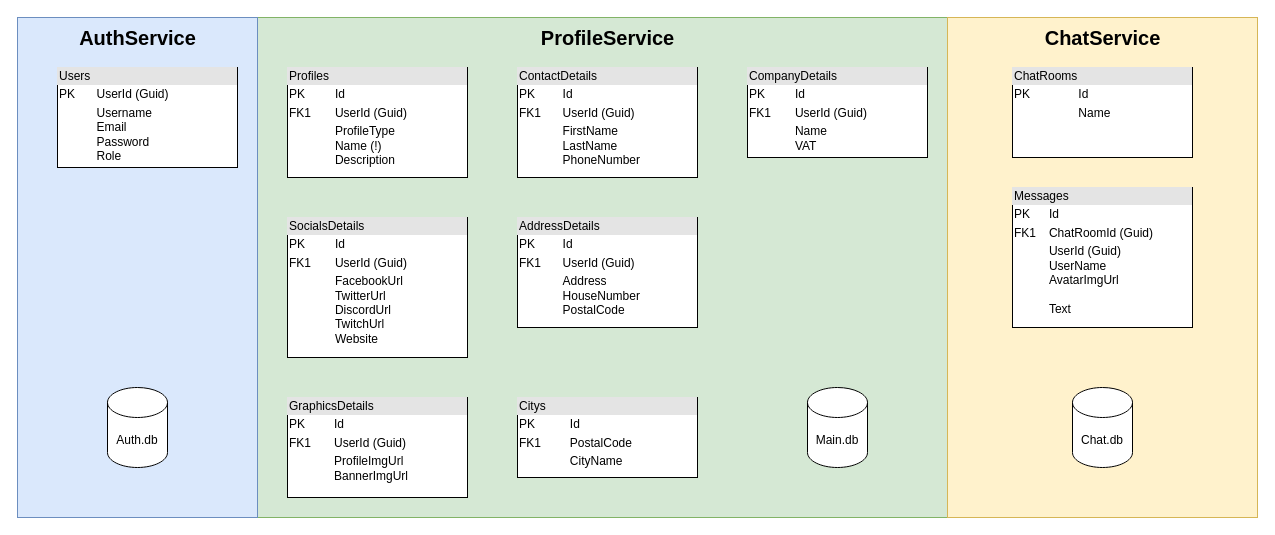
The draw.io diagram diagrams/Users2_db_schema.drawio in riv4lz/riv4lz-backend, before the edit. Source tidied: cells renumbered, new cells numbered last; positions are measured from the earlier drawing's top-left corner, leaving out a move shared by most shapes. Both pictures are drawn from the tidied source at 100%, with x=0, y=0 at pixel (17, 17).
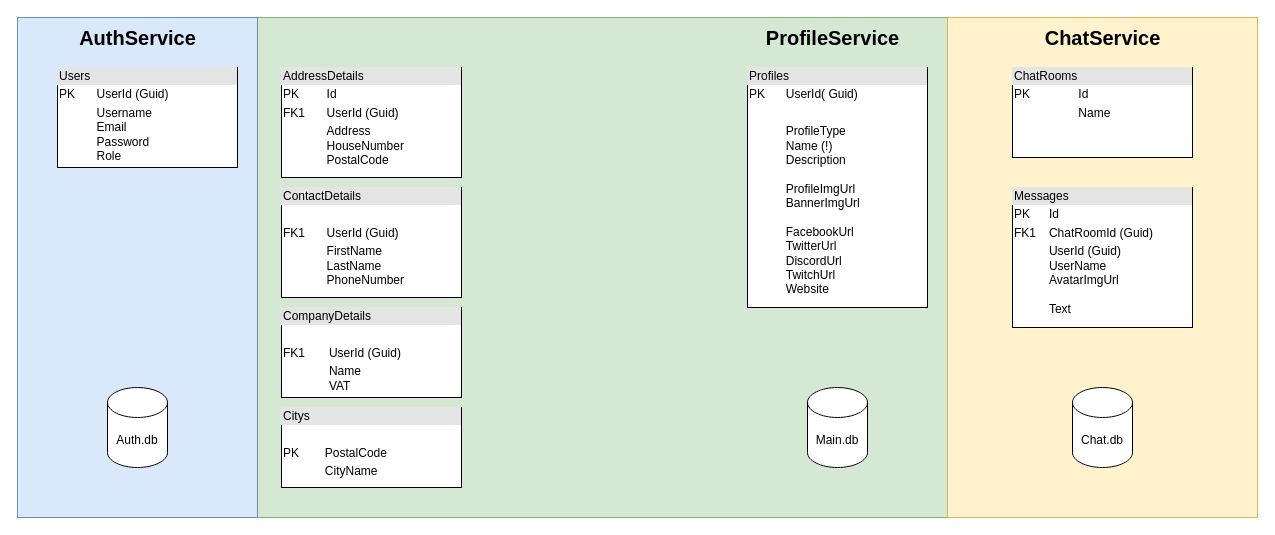
Above is the later version.

What changed in the source:
```diff
@@
-    <mxCell id="5" value="&lt;div style=&quot;box-sizing: border-box ; width: 100% ; background: #e4e4e4 ; padding: 2px&quot;&gt;Citys&lt;/div&gt;&lt;table style=&quot;width: 100% ; font-size: 1em&quot; cellpadding=&quot;2&quot; cellspacing=&quot;0&quot;&gt;&lt;tbody&gt;&lt;tr&gt;&lt;td&gt;PK&lt;/td&gt;&lt;td&gt;Id&lt;/td&gt;&lt;/tr&gt;&lt;tr&gt;&lt;td&gt;FK1&lt;/td&gt;&lt;td&gt;PostalCode&lt;/td&gt;&lt;/tr&gt;&lt;tr&gt;&lt;td&gt;&lt;/td&gt;&lt;td&gt;CityName&lt;/td&gt;&lt;/tr&gt;&lt;/tbody&gt;&lt;/table&gt;" style="verticalAlign=top;align=left;overflow=fill;html=1;" parent="1" vertex="1">
-      <mxGeometry x="500" y="380" width="180" height="80" as="geometry" />
+    <mxCell id="5" value="&lt;div style=&quot;box-sizing: border-box ; width: 100% ; background: #e4e4e4 ; padding: 2px&quot;&gt;Citys&lt;/div&gt;&lt;table style=&quot;width: 100% ; font-size: 1em&quot; cellpadding=&quot;2&quot; cellspacing=&quot;0&quot;&gt;&lt;tbody&gt;&lt;tr&gt;&lt;td&gt;&lt;br&gt;&lt;/td&gt;&lt;td&gt;&lt;br&gt;&lt;/td&gt;&lt;/tr&gt;&lt;tr&gt;&lt;td&gt;PK&lt;/td&gt;&lt;td&gt;PostalCode&lt;/td&gt;&lt;/tr&gt;&lt;tr&gt;&lt;td&gt;&lt;/td&gt;&lt;td&gt;CityName&lt;/td&gt;&lt;/tr&gt;&lt;/tbody&gt;&lt;/table&gt;" style="verticalAlign=top;align=left;overflow=fill;html=1;" parent="1" vertex="1">
+      <mxGeometry x="264" y="390" width="180" height="80" as="geometry" />
     </mxCell>
-    <mxCell id="6" value="&lt;div style=&quot;box-sizing: border-box ; width: 100% ; background: #e4e4e4 ; padding: 2px&quot;&gt;Profiles&lt;/div&gt;&lt;table style=&quot;width: 100% ; font-size: 1em&quot; cellpadding=&quot;2&quot; cellspacing=&quot;0&quot;&gt;&lt;tbody&gt;&lt;tr&gt;&lt;td&gt;PK&lt;/td&gt;&lt;td&gt;Id&lt;/td&gt;&lt;/tr&gt;&lt;tr&gt;&lt;td&gt;FK1&lt;/td&gt;&lt;td&gt;UserId (Guid)&lt;/td&gt;&lt;/tr&gt;&lt;tr&gt;&lt;td&gt;&lt;/td&gt;&lt;td&gt;ProfileType&lt;br&gt;Name (!)&lt;br&gt;Description&lt;/td&gt;&lt;/tr&gt;&lt;/tbody&gt;&lt;/table&gt;" style="verticalAlign=top;align=left;overflow=fill;html=1;" parent="1" vertex="1">
-      <mxGeometry x="270" y="50" width="180" height="110" as="geometry" />
+    <mxCell id="6" value="&lt;div style=&quot;box-sizing: border-box ; width: 100% ; background: #e4e4e4 ; padding: 2px&quot;&gt;Profiles&lt;/div&gt;&lt;table style=&quot;width: 100% ; font-size: 1em&quot; cellpadding=&quot;2&quot; cellspacing=&quot;0&quot;&gt;&lt;tbody&gt;&lt;tr&gt;&lt;td&gt;PK&lt;/td&gt;&lt;td&gt;UserId( Guid)&lt;/td&gt;&lt;/tr&gt;&lt;tr&gt;&lt;td&gt;&lt;br&gt;&lt;/td&gt;&lt;td&gt;&lt;br&gt;&lt;/td&gt;&lt;/tr&gt;&lt;tr&gt;&lt;td&gt;&lt;/td&gt;&lt;td&gt;ProfileType&lt;br&gt;Name (!)&lt;br&gt;Description&lt;br&gt;&lt;br&gt;ProfileImgUrl&lt;br&gt;BannerImgUrl&lt;br&gt;&lt;br&gt;FacebookUrl&lt;br&gt;TwitterUrl&lt;br&gt;DiscordUrl&lt;br&gt;TwitchUrl&lt;br&gt;Website&lt;br&gt;&lt;/td&gt;&lt;/tr&gt;&lt;/tbody&gt;&lt;/table&gt;" style="verticalAlign=top;align=left;overflow=fill;html=1;" parent="1" vertex="1">
+      <mxGeometry x="730" y="50" width="180" height="240" as="geometry" />
     </mxCell>
-    <mxCell id="7" value="&lt;div style=&quot;box-sizing: border-box ; width: 100% ; background: #e4e4e4 ; padding: 2px&quot;&gt;CompanyDetails&lt;/div&gt;&lt;table style=&quot;width: 100% ; font-size: 1em&quot; cellpadding=&quot;2&quot; cellspacing=&quot;0&quot;&gt;&lt;tbody&gt;&lt;tr&gt;&lt;td&gt;PK&lt;/td&gt;&lt;td&gt;Id&lt;/td&gt;&lt;/tr&gt;&lt;tr&gt;&lt;td&gt;FK1&lt;/td&gt;&lt;td&gt;UserId (Guid)&lt;/td&gt;&lt;/tr&gt;&lt;tr&gt;&lt;td&gt;&lt;/td&gt;&lt;td&gt;Name&lt;br&gt;VAT&lt;/td&gt;&lt;/tr&gt;&lt;/tbody&gt;&lt;/table&gt;" style="verticalAlign=top;align=left;overflow=fill;html=1;" parent="1" vertex="1">
-      <mxGeometry x="730" y="50" width="180" height="90" as="geometry" />
+    <mxCell id="7" value="&lt;div style=&quot;box-sizing: border-box ; width: 100% ; background: #e4e4e4 ; padding: 2px&quot;&gt;CompanyDetails&lt;/div&gt;&lt;table style=&quot;width: 100% ; font-size: 1em&quot; cellpadding=&quot;2&quot; cellspacing=&quot;0&quot;&gt;&lt;tbody&gt;&lt;tr&gt;&lt;td&gt;&lt;br&gt;&lt;/td&gt;&lt;td&gt;&lt;br&gt;&lt;/td&gt;&lt;/tr&gt;&lt;tr&gt;&lt;td&gt;FK1&lt;/td&gt;&lt;td&gt;UserId (Guid)&lt;/td&gt;&lt;/tr&gt;&lt;tr&gt;&lt;td&gt;&lt;/td&gt;&lt;td&gt;Name&lt;br&gt;VAT&lt;/td&gt;&lt;/tr&gt;&lt;/tbody&gt;&lt;/table&gt;" style="verticalAlign=top;align=left;overflow=fill;html=1;" parent="1" vertex="1">
+      <mxGeometry x="264" y="290" width="180" height="90" as="geometry" />
     </mxCell>
-    <mxCell id="8" value="&lt;div style=&quot;box-sizing: border-box ; width: 100% ; background: #e4e4e4 ; padding: 2px&quot;&gt;ContactDetails&lt;/div&gt;&lt;table style=&quot;width: 100% ; font-size: 1em&quot; cellpadding=&quot;2&quot; cellspacing=&quot;0&quot;&gt;&lt;tbody&gt;&lt;tr&gt;&lt;td&gt;PK&lt;/td&gt;&lt;td&gt;Id&lt;/td&gt;&lt;/tr&gt;&lt;tr&gt;&lt;td&gt;FK1&lt;/td&gt;&lt;td&gt;UserId (Guid)&lt;/td&gt;&lt;/tr&gt;&lt;tr&gt;&lt;td&gt;&lt;/td&gt;&lt;td&gt;FirstName&lt;br&gt;LastName&lt;br&gt;PhoneNumber&lt;br&gt;&lt;/td&gt;&lt;/tr&gt;&lt;/tbody&gt;&lt;/table&gt;" style="verticalAlign=top;align=left;overflow=fill;html=1;" parent="1" vertex="1">
-      <mxGeometry x="500" y="50" width="180" height="110" as="geometry" />
+    <mxCell id="8" value="&lt;div style=&quot;box-sizing: border-box ; width: 100% ; background: #e4e4e4 ; padding: 2px&quot;&gt;ContactDetails&lt;/div&gt;&lt;table style=&quot;width: 100% ; font-size: 1em&quot; cellpadding=&quot;2&quot; cellspacing=&quot;0&quot;&gt;&lt;tbody&gt;&lt;tr&gt;&lt;td&gt;&lt;br&gt;&lt;/td&gt;&lt;td&gt;&lt;br&gt;&lt;/td&gt;&lt;/tr&gt;&lt;tr&gt;&lt;td&gt;FK1&lt;/td&gt;&lt;td&gt;UserId (Guid)&lt;/td&gt;&lt;/tr&gt;&lt;tr&gt;&lt;td&gt;&lt;/td&gt;&lt;td&gt;FirstName&lt;br&gt;LastName&lt;br&gt;PhoneNumber&lt;br&gt;&lt;/td&gt;&lt;/tr&gt;&lt;/tbody&gt;&lt;/table&gt;" style="verticalAlign=top;align=left;overflow=fill;html=1;" parent="1" vertex="1">
+      <mxGeometry x="264" y="170" width="180" height="110" as="geometry" />
     </mxCell>
-    <mxCell id="9" value="&lt;div style=&quot;box-sizing: border-box ; width: 100% ; background: #e4e4e4 ; padding: 2px&quot;&gt;SocialsDetails&lt;/div&gt;&lt;table style=&quot;width: 100% ; font-size: 1em&quot; cellpadding=&quot;2&quot; cellspacing=&quot;0&quot;&gt;&lt;tbody&gt;&lt;tr&gt;&lt;td&gt;PK&lt;/td&gt;&lt;td&gt;Id&lt;/td&gt;&lt;/tr&gt;&lt;tr&gt;&lt;td&gt;FK1&lt;/td&gt;&lt;td&gt;UserId (Guid)&lt;/td&gt;&lt;/tr&gt;&lt;tr&gt;&lt;td&gt;&lt;/td&gt;&lt;td&gt;FacebookUrl&lt;br&gt;TwitterUrl&lt;br&gt;DiscordUrl&lt;br&gt;TwitchUrl&lt;br&gt;Website&lt;/td&gt;&lt;/tr&gt;&lt;/tbody&gt;&lt;/table&gt;" style="verticalAlign=top;align=left;overflow=fill;html=1;" parent="1" vertex="1">
-      <mxGeometry x="270" y="200" width="180" height="140" as="geometry" />
-    </mxCell>
     <mxCell id="10" value="&lt;div style=&quot;box-sizing: border-box ; width: 100% ; background: #e4e4e4 ; padding: 2px&quot;&gt;AddressDetails&lt;/div&gt;&lt;table style=&quot;width: 100% ; font-size: 1em&quot; cellpadding=&quot;2&quot; cellspacing=&quot;0&quot;&gt;&lt;tbody&gt;&lt;tr&gt;&lt;td&gt;PK&lt;/td&gt;&lt;td&gt;Id&lt;/td&gt;&lt;/tr&gt;&lt;tr&gt;&lt;td&gt;FK1&lt;/td&gt;&lt;td&gt;UserId (Guid)&lt;/td&gt;&lt;/tr&gt;&lt;tr&gt;&lt;td&gt;&lt;/td&gt;&lt;td&gt;Address&lt;br&gt;HouseNumber&lt;br&gt;PostalCode&lt;/td&gt;&lt;/tr&gt;&lt;/tbody&gt;&lt;/table&gt;" style="verticalAlign=top;align=left;overflow=fill;html=1;" parent="1" vertex="1">
-      <mxGeometry x="500" y="200" width="180" height="110" as="geometry" />
+      <mxGeometry x="264" y="50" width="180" height="110" as="geometry" />
     </mxCell>
-    <mxCell id="11" value="&lt;div style=&quot;box-sizing: border-box ; width: 100% ; background: #e4e4e4 ; padding: 2px&quot;&gt;GraphicsDetails&lt;/div&gt;&lt;table style=&quot;width: 100% ; font-size: 1em&quot; cellpadding=&quot;2&quot; cellspacing=&quot;0&quot;&gt;&lt;tbody&gt;&lt;tr&gt;&lt;td&gt;PK&lt;/td&gt;&lt;td&gt;Id&lt;/td&gt;&lt;/tr&gt;&lt;tr&gt;&lt;td&gt;FK1&lt;/td&gt;&lt;td&gt;UserId (Guid)&lt;/td&gt;&lt;/tr&gt;&lt;tr&gt;&lt;td&gt;&lt;/td&gt;&lt;td&gt;ProfileImgUrl&lt;br&gt;BannerImgUrl&lt;/td&gt;&lt;/tr&gt;&lt;/tbody&gt;&lt;/table&gt;" style="verticalAlign=top;align=left;overflow=fill;html=1;" parent="1" vertex="1">
-      <mxGeometry x="270" y="380" width="180" height="100" as="geometry" />
-    </mxCell>
@@
     <mxCell id="20" value="ProfileService" style="text;html=1;align=center;verticalAlign=middle;strokeColor=none;fillColor=none;fontSize=20;fontStyle=1;" parent="1" vertex="1">
-      <mxGeometry x="515" y="5" width="150" height="30" as="geometry" />
+      <mxGeometry x="740" y="5" width="150" height="30" as="geometry" />
     </mxCell>
```
